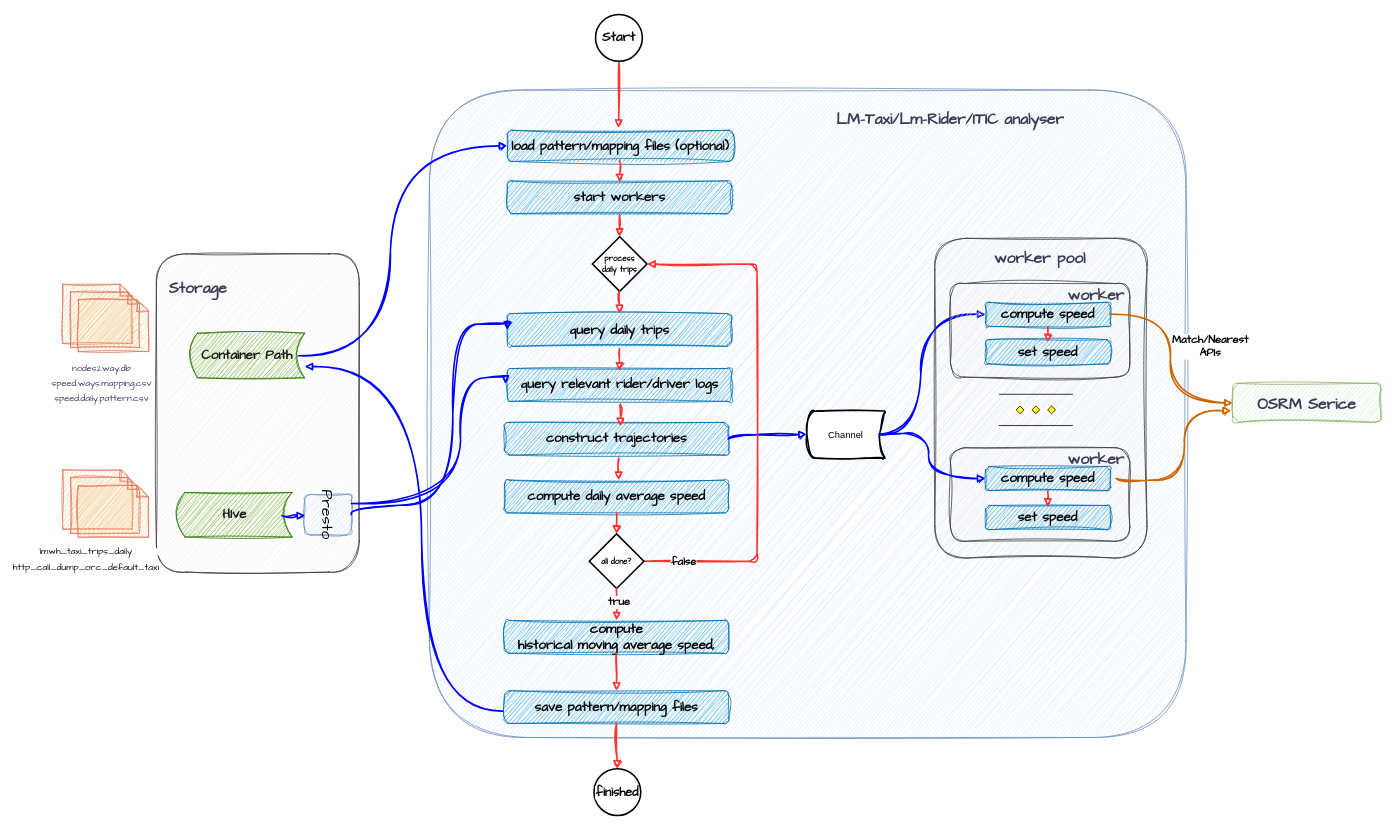
Earlier version of the draw.io diagram page "model-generator" (6 of 9) of MapTracer-Diagram.drawio (fenwuyaoji/learngit). Source tidied: cells renumbered, new cells numbered last; positions are measured from the earlier drawing's top-left corner, leaving out a move shared by most shapes. Both pictures are drawn from the tidied source at 78%, with x=0, y=0 at pixel (39, 14).
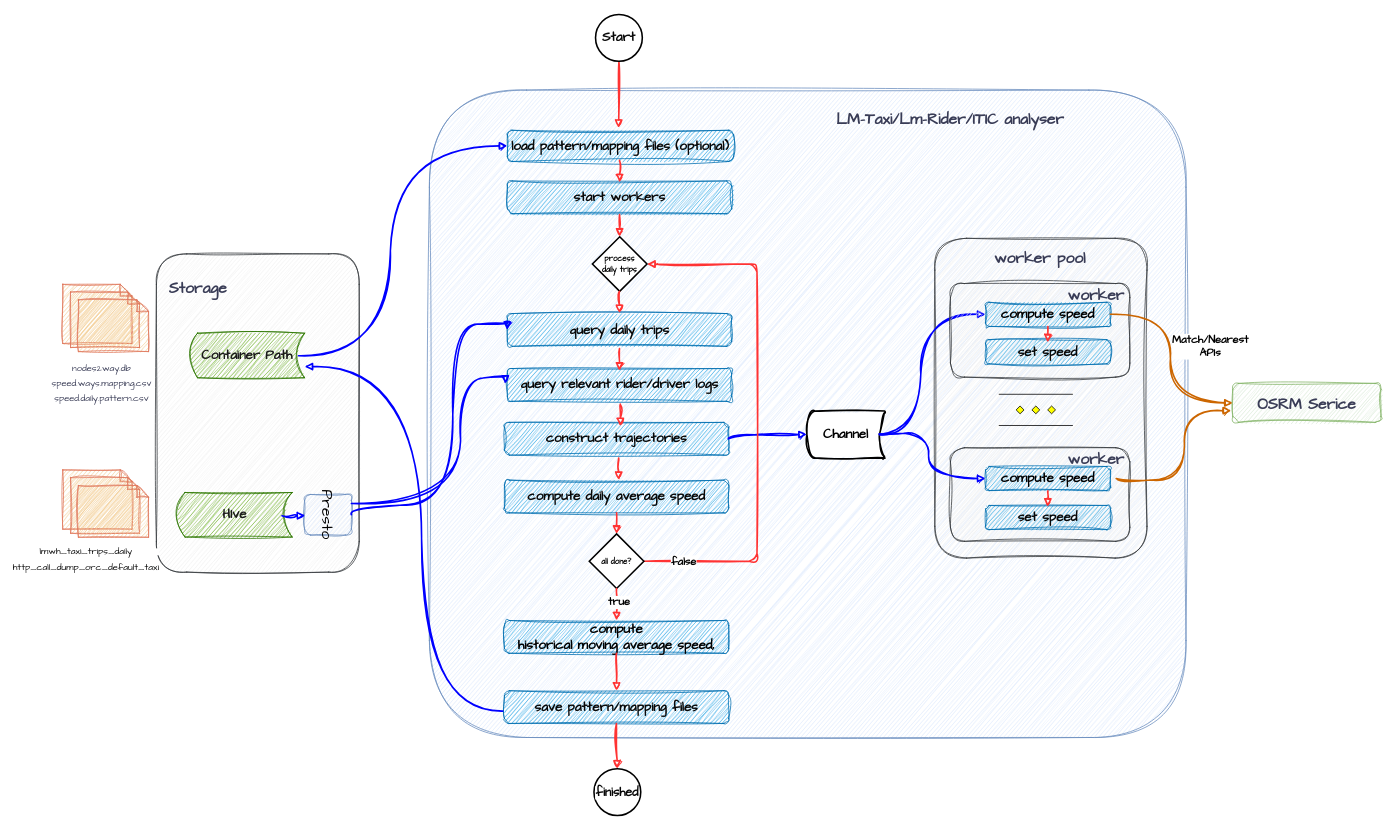
The same page after the edit.

What changed in the source:
```diff
@@
-    <mxCell id="39" value="Channel" style="strokeWidth=2;html=1;shape=mxgraph.flowchart.stored_data;whiteSpace=wrap;sketch=1;curveFitting=1;jiggle=2;" parent="1" vertex="1">
+    <mxCell id="39" value="&lt;font size=&quot;1&quot; face=&quot;Architects Daughter&quot;&gt;&lt;b style=&quot;font-size: 17px;&quot;&gt;Channel&lt;/b&gt;&lt;/font&gt;" style="strokeWidth=2;html=1;shape=mxgraph.flowchart.stored_data;whiteSpace=wrap;sketch=1;curveFitting=1;jiggle=2;" parent="1" vertex="1">
       <mxGeometry x="984" y="508.5" width="100" height="60" as="geometry" />
     </mxCell>
```
